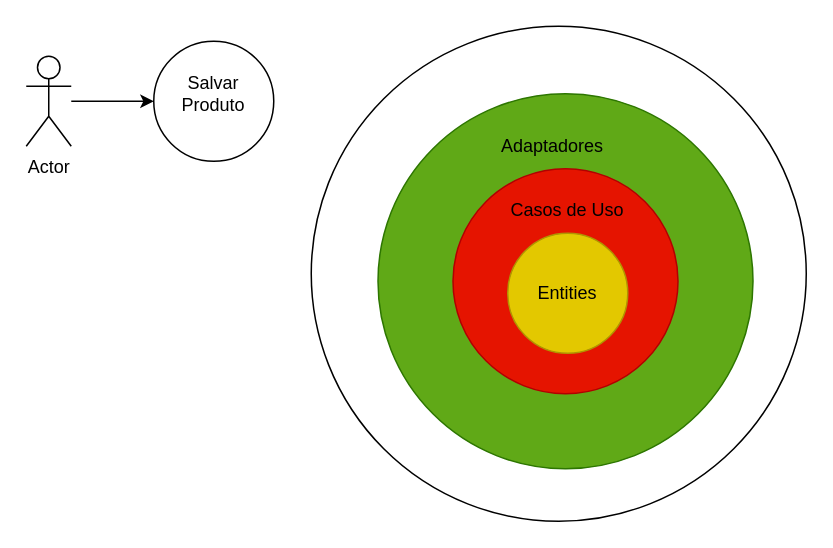
The draw.io diagram Diagrama sem nome.drawio in ppscarvalho/draw.io, before the edit. Source tidied: cells renumbered, new cells numbered last; positions are measured from the earlier drawing's top-left corner, leaving out a move shared by most shapes. Both pictures are drawn from the tidied source at 150%, with x=0, y=0 at pixel (26, 26).
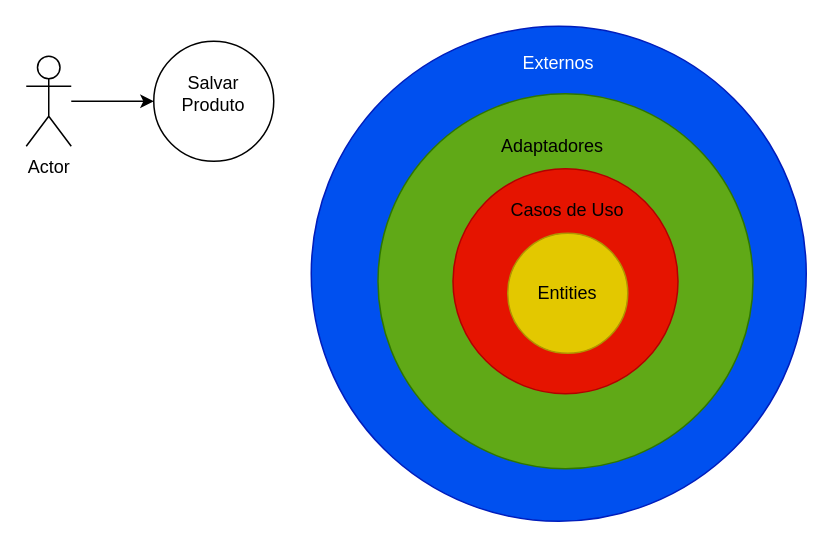
After the change.

What changed in the source:
```diff
@@
 <mxGraphModel>
   <root>
     <mxCell id="0" />
     <mxCell id="1" parent="0" />
-    <mxCell id="2" style="ellipse;whiteSpace=wrap;html=1;" parent="1" vertex="1">
+    <mxCell id="2" style="ellipse;whiteSpace=wrap;html=1;fillColor=#0050ef;fontColor=#ffffff;strokeColor=#001DBC;" parent="1" vertex="1">
       <mxGeometry x="190" width="330" height="330" as="geometry" />
     </mxCell>
     <mxCell id="3" style="ellipse;whiteSpace=wrap;html=1;fillColor=#60a917;strokeColor=#2D7600;fontColor=#ffffff;" parent="1" vertex="1">
       <mxGeometry x="234.5" y="45" width="250" height="250" as="geometry" />
     </mxCell>
     <mxCell id="4" style="ellipse;whiteSpace=wrap;html=1;fillColor=#e51400;strokeColor=#B20000;fontColor=#ffffff;" parent="1" vertex="1">
       <mxGeometry x="284.5" y="95" width="150" height="150" as="geometry" />
     </mxCell>
     <mxCell id="5" value="Entities" style="ellipse;whiteSpace=wrap;html=1;fillColor=#e3c800;strokeColor=#B09500;fontColor=#000000;" parent="1" vertex="1">
       <mxGeometry x="321" y="138" width="80" height="80" as="geometry" />
     </mxCell>
     <mxCell id="6" style="edgeStyle=orthogonalEdgeStyle;rounded=0;jettySize=auto;html=1;" parent="1" edge="1" source="7" target="10">
       <mxGeometry relative="1" as="geometry" />
     </mxCell>
     <mxCell id="7" value="Actor" style="shape=umlActor;verticalLabelPosition=bottom;verticalAlign=top;html=1;outlineConnect=0;" parent="1" vertex="1">
       <mxGeometry y="20" width="30" height="60" as="geometry" />
     </mxCell>
     <mxCell id="8" value="Casos de Uso" style="text;html=1;strokeColor=none;fillColor=none;align=center;verticalAlign=middle;whiteSpace=wrap;rounded=0;" parent="1" vertex="1">
       <mxGeometry x="316" y="108" width="90" height="30" as="geometry" />
     </mxCell>
     <mxCell id="9" value="Adaptadores" style="text;html=1;strokeColor=none;fillColor=none;align=center;verticalAlign=middle;whiteSpace=wrap;rounded=0;" parent="1" vertex="1">
       <mxGeometry x="321" y="65" width="60" height="30" as="geometry" />
     </mxCell>
     <mxCell id="10" value="&lt;br&gt;Salvar Produto" style="ellipse;whiteSpace=wrap;html=1;verticalAlign=top;" parent="1" vertex="1">
       <mxGeometry x="85" y="10" width="80" height="80" as="geometry" />
     </mxCell>
+    <mxCell id="11" value="Externos" style="text;html=1;align=center;verticalAlign=middle;whiteSpace=wrap;rounded=0;fontColor=#FFFFFF;" parent="1" vertex="1">
+      <mxGeometry x="325" y="10" width="60" height="30" as="geometry" />
+    </mxCell>
   </root>
 </mxGraphModel>
```
